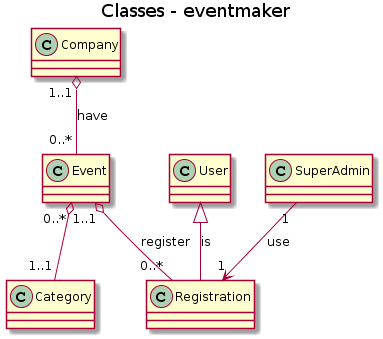
Earlier version of the PlantUML export docs/class_diagram/class_diagram_entities.png (dsvgit/eventmaker). Source of this version:
```plantuml
@startuml
title Classes - eventmaker

Company "1..1" o-- "0..*" Event : have
Event "1..1" o-- "0..*" Registration : register
User <|-- Registration : is
Event "0..*" o-- "1..1" Category
SuperAdmin "1" --> "1" Registration : use

class Company {
}

class User {

}

class Event {

}

class Category {

}

class Registration {

}

class SuperAdmin {

}
@enduml
```
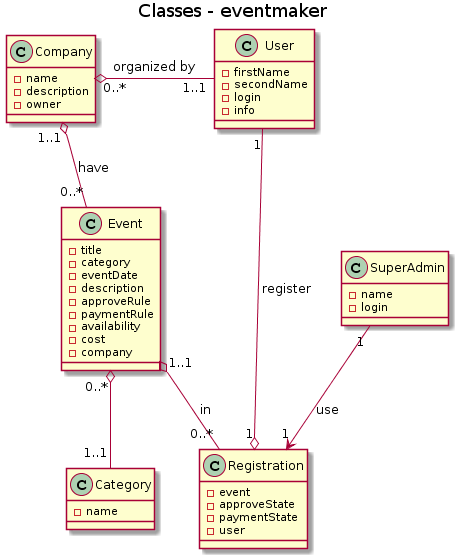
The same diagram one commit later.

The edit, as a diff of the source:
```diff
@@ -2,31 +2,50 @@
 title Classes - eventmaker
 
 Company "1..1" o-- "0..*" Event : have
-Event "1..1" o-- "0..*" Registration : register
-User <|-- Registration : is
+Company "0..*" o- "1..1" User: organized by
+Event "1..1" o-- "0..*" Registration : in
+Registration "1" o-- "1" User : register
 Event "0..*" o-- "1..1" Category
 SuperAdmin "1" --> "1" Registration : use
 
 class Company {
+    -name
+    -description
+    -owner
 }
 
 class User {
-
+    -firstName
+    -secondName
+    -login
+    -info
 }
 
 class Event {
-
+    -title
+    -category
+    -eventDate
+    -description
+    -approveRule
+    -paymentRule
+    -availability
+    -cost
+    -company
 }
 
 class Category {
-
+    -name
 }
 
 class Registration {
-
+    -event
+    -approveState
+    -paymentState
+    -user
 }
 
 class SuperAdmin {
-
+    -name
+    -login
 }
 @enduml
```
